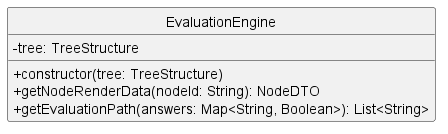
This is src/PB/DocumentazioneEsterna/Specifica_Tecnica/content/05-diagrammi-classi/uml/png/frontend/EvaluationEngine.png from GroupRubberDuck/Documentazione, a PlantUML export, as it was before one commit.
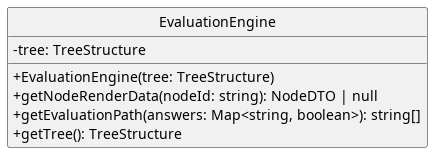
The same diagram one commit later.

Diff of the diagram source:
```diff
@@ -1,12 +1,18 @@
-@startuml EvaluationEngine
+@startuml
+skinparam linetype ortho
+skinparam nodesep 80
+skinparam ranksep 100
 skinparam classAttributeIconSize 0
+skinparam packageStyle rectangle
 skinparam style strictuml
 
+
 class EvaluationEngine {
-  - tree: TreeStructure
-  + constructor(tree: TreeStructure)
-  + getNodeRenderData(nodeId: String): NodeDTO
-  + getEvaluationPath(answers: Map<String, Boolean>): List<String>
+    - tree: TreeStructure
+    + EvaluationEngine(tree: TreeStructure)
+    + getNodeRenderData(nodeId: string): NodeDTO | null
+    + getEvaluationPath(answers: Map<string, boolean>): string[]
+    + getTree(): TreeStructure
 }
 
 @enduml
```
